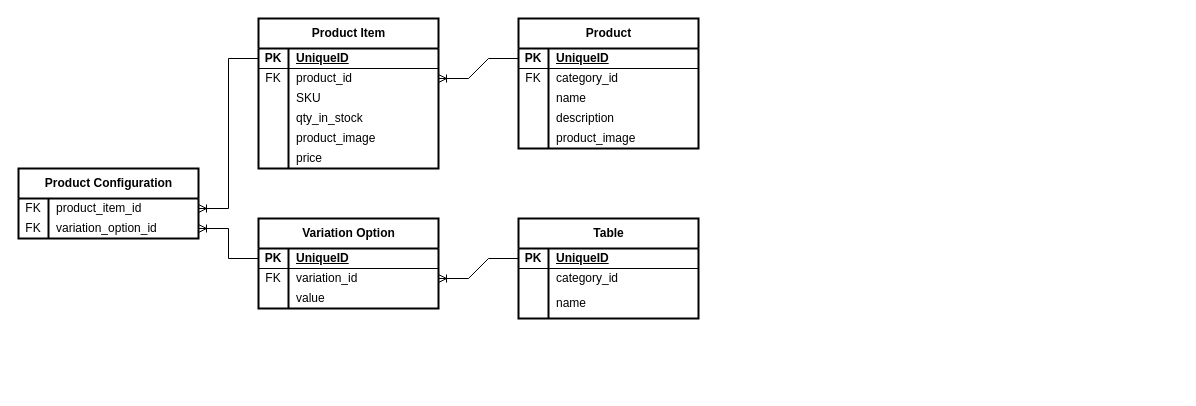
Earlier version of the draw.io diagram eCommerce.drawio (Mirasaki/database-erds). Source tidied: cells renumbered, new cells numbered last; positions are measured from the earlier drawing's top-left corner, leaving out a move shared by most shapes. Both pictures are drawn from the tidied source at 100%, with x=0, y=0 at pixel (18, 18).
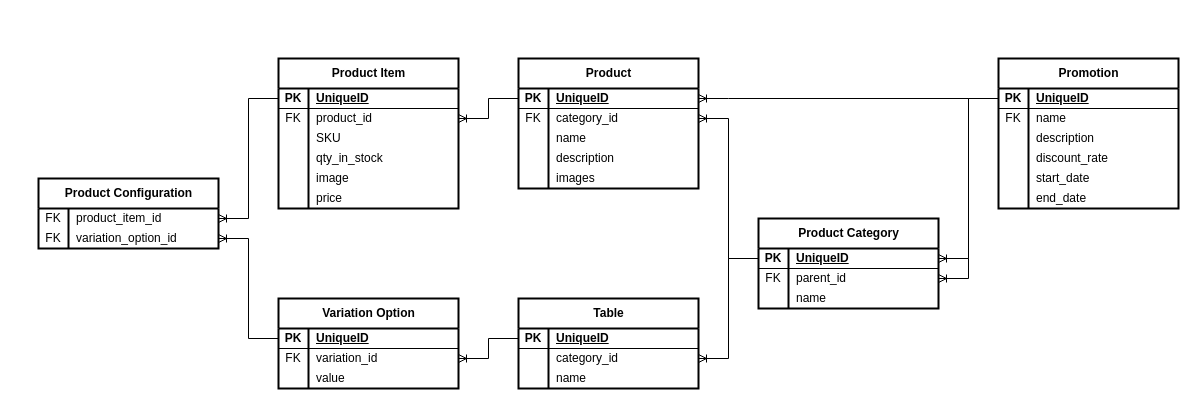
Above is the later version.

Unchanged cells that the change refers to:
```xml
<mxCell id="3" style="shape=tableRow;horizontal=0;startSize=0;swimlaneHead=0;swimlaneBody=0;fillColor=none;points=[[0,0.5],[1,0.5]];portConstraint=eastwest;top=0;left=0;right=0;bottom=1;strokeColor=inherit;" parent="2" vertex="1">
  <mxGeometry y="30" width="180" height="20" as="geometry" />
</mxCell>
<mxCell id="6" style="shape=tableRow;horizontal=0;startSize=0;swimlaneHead=0;swimlaneBody=0;fillColor=none;points=[[0,0.5],[1,0.5]];portConstraint=eastwest;top=0;left=0;right=0;bottom=0;" parent="2" vertex="1">
  <mxGeometry y="50" width="180" height="20" as="geometry" />
</mxCell>
<mxCell id="15" style="shape=tableRow;horizontal=0;startSize=0;swimlaneHead=0;swimlaneBody=0;fillColor=none;top=0;left=0;right=0;bottom=0;" parent="2" vertex="1">
  <mxGeometry y="110" width="180" height="20" as="geometry" />
</mxCell>
<mxCell id="31" style="shape=tableRow;horizontal=0;startSize=0;swimlaneHead=0;swimlaneBody=0;fillColor=none;top=0;left=0;right=0;bottom=0;" parent="18" vertex="1">
  <mxGeometry y="110" width="180" height="20" as="geometry" />
</mxCell>
<mxCell id="61" style="shape=tableRow;horizontal=0;startSize=0;swimlaneHead=0;swimlaneBody=0;fillColor=none;points=[[0,0.5],[1,0.5]];portConstraint=eastwest;top=0;left=0;right=0;bottom=0;" parent="57" vertex="1">
  <mxGeometry y="50" width="180" height="20" as="geometry" />
</mxCell>
```

Change to the diagram source:
```diff
@@
     <mxCell id="2" value="Product" style="shape=table;startSize=30;childLayout=tableLayout;rowLines=0;fontStyle=1;align=center;html=1;flipH=1;flipV=0;strokeWidth=2;" parent="1" vertex="1">
-      <mxGeometry x="500" width="180" height="130" as="geometry" />
+      <mxGeometry x="500" y="40" width="180" height="130" as="geometry" />
     </mxCell>
@@
-    <mxCell id="17" value="product_image" style="shape=partialRectangle;fillColor=none;top=0;left=0;bottom=0;right=0;align=left;spacingLeft=6;overflow=hidden;whiteSpace=wrap;html=1;" parent="15" vertex="1">
+    <mxCell id="17" value="images" style="shape=partialRectangle;fillColor=none;top=0;left=0;bottom=0;right=0;align=left;spacingLeft=6;overflow=hidden;whiteSpace=wrap;html=1;" parent="15" vertex="1">
       <mxGeometry x="30" width="150" height="20" as="geometry" />
     </mxCell>
     <mxCell id="18" value="Product Item" style="shape=table;startSize=30;childLayout=tableLayout;rowLines=0;fontStyle=1;align=center;html=1;flipH=1;flipV=0;strokeWidth=2;" parent="1" vertex="1">
-      <mxGeometry x="240" width="180" height="150" as="geometry" />
+      <mxGeometry x="260" y="40" width="180" height="150" as="geometry" />
     </mxCell>
@@
-    <mxCell id="33" value="product_image" style="shape=partialRectangle;fillColor=none;top=0;left=0;bottom=0;right=0;align=left;spacingLeft=6;overflow=hidden;whiteSpace=wrap;html=1;" parent="31" vertex="1">
+    <mxCell id="33" value="image" style="shape=partialRectangle;fillColor=none;top=0;left=0;bottom=0;right=0;align=left;spacingLeft=6;overflow=hidden;whiteSpace=wrap;html=1;" parent="31" vertex="1">
       <mxGeometry x="30" width="150" height="20" as="geometry" />
     </mxCell>
@@
     <mxCell id="38" value="Product Configuration" style="shape=table;startSize=30;childLayout=tableLayout;rowLines=0;fontStyle=1;align=center;html=1;flipH=1;flipV=0;strokeWidth=2;" parent="1" vertex="1">
-      <mxGeometry y="150" width="180" height="70" as="geometry" />
+      <mxGeometry x="20" y="160" width="180" height="70" as="geometry" />
     </mxCell>
@@
     <mxCell id="47" value="Variation Option" style="shape=table;startSize=30;childLayout=tableLayout;rowLines=0;fontStyle=1;align=center;html=1;strokeWidth=2;" parent="1" vertex="1">
-      <mxGeometry x="240" y="200" width="180" height="90" as="geometry" />
+      <mxGeometry x="260" y="280" width="180" height="90" as="geometry" />
     </mxCell>
@@
     <mxCell id="57" value="Table" style="shape=table;startSize=30;childLayout=tableLayout;rowLines=0;fontStyle=1;align=center;html=1;strokeWidth=2;" parent="1" vertex="1">
-      <mxGeometry x="500" y="200" width="180" height="100" as="geometry" />
+      <mxGeometry x="500" y="280" width="180" height="90" as="geometry" />
     </mxCell>
@@
     <mxCell id="64" style="shape=tableRow;horizontal=0;startSize=0;swimlaneHead=0;swimlaneBody=0;fillColor=none;top=0;left=0;right=0;bottom=0;" parent="57" vertex="1">
-      <mxGeometry y="70" width="180" height="30" as="geometry" />
+      <mxGeometry y="70" width="180" height="20" as="geometry" />
     </mxCell>
     <mxCell id="65" style="shape=partialRectangle;fillColor=none;top=0;left=0;bottom=0;right=0;overflow=hidden;whiteSpace=wrap;html=1;" parent="64" vertex="1">
-      <mxGeometry width="30" height="30" as="geometry" />
+      <mxGeometry width="30" height="20" as="geometry" />
     </mxCell>
     <mxCell id="66" value="name" style="shape=partialRectangle;fillColor=none;top=0;left=0;bottom=0;right=0;align=left;spacingLeft=6;overflow=hidden;whiteSpace=wrap;html=1;" parent="64" vertex="1">
-      <mxGeometry x="30" width="150" height="30" as="geometry" />
+      <mxGeometry x="30" width="150" height="20" as="geometry" />
     </mxCell>
@@
+    <mxCell id="68" value="Product Category" style="shape=table;startSize=30;childLayout=tableLayout;rowLines=0;fontStyle=1;align=center;html=1;strokeWidth=2;" parent="1" vertex="1">
+      <mxGeometry x="740" y="200" width="180" height="90" as="geometry" />
+    </mxCell>
+    <mxCell id="69" style="shape=tableRow;horizontal=0;startSize=0;swimlaneHead=0;swimlaneBody=0;fillColor=none;points=[[0,0.5],[1,0.5]];portConstraint=eastwest;top=0;left=0;right=0;bottom=1;flipH=1;flipV=0;" parent="68" vertex="1">
+      <mxGeometry y="30" width="180" height="20" as="geometry" />
+    </mxCell>
+    <mxCell id="70" value="PK" style="shape=partialRectangle;fillColor=none;top=0;left=0;bottom=0;right=0;fontStyle=1;overflow=hidden;whiteSpace=wrap;html=1;" parent="69" vertex="1">
+      <mxGeometry width="30" height="20" as="geometry" />
+    </mxCell>
+    <mxCell id="71" value="UniqueID" style="shape=partialRectangle;fillColor=none;top=0;left=0;bottom=0;right=0;align=left;spacingLeft=6;fontStyle=5;overflow=hidden;whiteSpace=wrap;html=1;" parent="69" vertex="1">
+      <mxGeometry x="30" width="150" height="20" as="geometry" />
+    </mxCell>
+    <mxCell id="72" style="shape=tableRow;horizontal=0;startSize=0;swimlaneHead=0;swimlaneBody=0;fillColor=none;points=[[0,0.5],[1,0.5]];portConstraint=eastwest;top=0;left=0;right=0;bottom=0;flipH=1;flipV=0;" parent="68" vertex="1">
+      <mxGeometry y="50" width="180" height="20" as="geometry" />
+    </mxCell>
+    <mxCell id="73" value="FK" style="shape=partialRectangle;fillColor=none;top=0;left=0;bottom=0;right=0;overflow=hidden;whiteSpace=wrap;html=1;" parent="72" vertex="1">
+      <mxGeometry width="30" height="20" as="geometry" />
+    </mxCell>
+    <mxCell id="74" value="parent_id" style="shape=partialRectangle;fillColor=none;top=0;left=0;bottom=0;right=0;align=left;spacingLeft=6;overflow=hidden;whiteSpace=wrap;html=1;" parent="72" vertex="1">
+      <mxGeometry x="30" width="150" height="20" as="geometry" />
+    </mxCell>
+    <mxCell id="75" style="shape=tableRow;horizontal=0;startSize=0;swimlaneHead=0;swimlaneBody=0;fillColor=none;top=0;left=0;right=0;bottom=0;" parent="68" vertex="1">
+      <mxGeometry y="70" width="180" height="20" as="geometry" />
+    </mxCell>
+    <mxCell id="76" style="shape=partialRectangle;fillColor=none;top=0;left=0;bottom=0;right=0;overflow=hidden;whiteSpace=wrap;html=1;" parent="75" vertex="1">
+      <mxGeometry width="30" height="20" as="geometry" />
+    </mxCell>
+    <mxCell id="77" value="name" style="shape=partialRectangle;fillColor=none;top=0;left=0;bottom=0;right=0;align=left;spacingLeft=6;overflow=hidden;whiteSpace=wrap;html=1;" parent="75" vertex="1">
+      <mxGeometry x="30" width="150" height="20" as="geometry" />
+    </mxCell>
+    <mxCell id="78" style="edgeStyle=entityRelationEdgeStyle;fontSize=12;html=1;endArrow=ERoneToMany;rounded=0;entryX=1;entryY=0.5;entryDx=0;entryDy=0;exitX=1;exitY=0.5;exitDx=0;exitDy=0;" parent="68" edge="1" source="69" target="72">
+      <mxGeometry relative="1" as="geometry" />
+    </mxCell>
+    <mxCell id="79" style="edgeStyle=entityRelationEdgeStyle;fontSize=12;html=1;endArrow=ERoneToMany;rounded=0;entryX=1;entryY=0.5;entryDx=0;entryDy=0;exitX=0;exitY=0.5;exitDx=0;exitDy=0;" parent="1" edge="1" source="69" target="61">
+      <mxGeometry relative="1" as="geometry" />
+    </mxCell>
+    <mxCell id="80" style="edgeStyle=entityRelationEdgeStyle;fontSize=12;html=1;endArrow=ERoneToMany;rounded=0;entryX=1;entryY=0.5;entryDx=0;entryDy=0;exitX=0;exitY=0.5;exitDx=0;exitDy=0;" parent="1" edge="1" source="69" target="6">
+      <mxGeometry relative="1" as="geometry" />
+    </mxCell>
+    <mxCell id="81" value="Promotion" style="shape=table;startSize=30;childLayout=tableLayout;rowLines=0;fontStyle=1;align=center;html=1;flipH=1;flipV=0;strokeWidth=2;" parent="1" vertex="1">
+      <mxGeometry x="980" y="40" width="180" height="150" as="geometry" />
+    </mxCell>
+    <mxCell id="82" style="shape=tableRow;horizontal=0;startSize=0;swimlaneHead=0;swimlaneBody=0;fillColor=none;points=[[0,0.5],[1,0.5]];portConstraint=eastwest;top=0;left=0;right=0;bottom=1;" parent="81" vertex="1">
+      <mxGeometry y="30" width="180" height="20" as="geometry" />
+    </mxCell>
+    <mxCell id="83" value="PK" style="shape=partialRectangle;fillColor=none;top=0;left=0;bottom=0;right=0;fontStyle=1;overflow=hidden;whiteSpace=wrap;html=1;" parent="82" vertex="1">
+      <mxGeometry width="30" height="20" as="geometry" />
+    </mxCell>
+    <mxCell id="84" value="UniqueID" style="shape=partialRectangle;fillColor=none;top=0;left=0;bottom=0;right=0;align=left;spacingLeft=6;fontStyle=5;overflow=hidden;whiteSpace=wrap;html=1;" parent="82" vertex="1">
+      <mxGeometry x="30" width="150" height="20" as="geometry" />
+    </mxCell>
+    <mxCell id="85" style="shape=tableRow;horizontal=0;startSize=0;swimlaneHead=0;swimlaneBody=0;fillColor=none;top=0;left=0;right=0;bottom=0;" parent="81" vertex="1">
+      <mxGeometry y="50" width="180" height="20" as="geometry" />
+    </mxCell>
+    <mxCell id="86" value="FK" style="shape=partialRectangle;fillColor=none;top=0;left=0;bottom=0;right=0;overflow=hidden;whiteSpace=wrap;html=1;" parent="85" vertex="1">
+      <mxGeometry width="30" height="20" as="geometry" />
+    </mxCell>
+    <mxCell id="87" value="name" style="shape=partialRectangle;fillColor=none;top=0;left=0;bottom=0;right=0;align=left;spacingLeft=6;overflow=hidden;whiteSpace=wrap;html=1;" parent="85" vertex="1">
+      <mxGeometry x="30" width="150" height="20" as="geometry" />
+    </mxCell>
+    <mxCell id="88" style="shape=tableRow;horizontal=0;startSize=0;swimlaneHead=0;swimlaneBody=0;fillColor=none;top=0;left=0;right=0;bottom=0;" parent="81" vertex="1">
+      <mxGeometry y="70" width="180" height="20" as="geometry" />
+    </mxCell>
+    <mxCell id="89" style="shape=partialRectangle;fillColor=none;top=0;left=0;bottom=0;right=0;overflow=hidden;whiteSpace=wrap;html=1;" parent="88" vertex="1">
+      <mxGeometry width="30" height="20" as="geometry" />
+    </mxCell>
+    <mxCell id="90" value="description" style="shape=partialRectangle;fillColor=none;top=0;left=0;bottom=0;right=0;align=left;spacingLeft=6;overflow=hidden;whiteSpace=wrap;html=1;" parent="88" vertex="1">
+      <mxGeometry x="30" width="150" height="20" as="geometry" />
+    </mxCell>
+    <mxCell id="91" style="shape=tableRow;horizontal=0;startSize=0;swimlaneHead=0;swimlaneBody=0;fillColor=none;top=0;left=0;right=0;bottom=0;" parent="81" vertex="1">
+      <mxGeometry y="90" width="180" height="20" as="geometry" />
+    </mxCell>
+    <mxCell id="92" style="shape=partialRectangle;fillColor=none;top=0;left=0;bottom=0;right=0;overflow=hidden;whiteSpace=wrap;html=1;" parent="91" vertex="1">
+      <mxGeometry width="30" height="20" as="geometry" />
+    </mxCell>
+    <mxCell id="93" value="discount_rate" style="shape=partialRectangle;fillColor=none;top=0;left=0;bottom=0;right=0;align=left;spacingLeft=6;overflow=hidden;whiteSpace=wrap;html=1;" parent="91" vertex="1">
+      <mxGeometry x="30" width="150" height="20" as="geometry" />
+    </mxCell>
+    <mxCell id="94" style="shape=tableRow;horizontal=0;startSize=0;swimlaneHead=0;swimlaneBody=0;fillColor=none;top=0;left=0;right=0;bottom=0;" parent="81" vertex="1">
+      <mxGeometry y="110" width="180" height="20" as="geometry" />
+    </mxCell>
+    <mxCell id="95" style="shape=partialRectangle;fillColor=none;top=0;left=0;bottom=0;right=0;overflow=hidden;whiteSpace=wrap;html=1;" parent="94" vertex="1">
+      <mxGeometry width="30" height="20" as="geometry" />
+    </mxCell>
+    <mxCell id="96" value="start_date" style="shape=partialRectangle;fillColor=none;top=0;left=0;bottom=0;right=0;align=left;spacingLeft=6;overflow=hidden;whiteSpace=wrap;html=1;" parent="94" vertex="1">
+      <mxGeometry x="30" width="150" height="20" as="geometry" />
+    </mxCell>
+    <mxCell id="97" style="shape=tableRow;horizontal=0;startSize=0;swimlaneHead=0;swimlaneBody=0;fillColor=none;top=0;left=0;right=0;bottom=0;" parent="81" vertex="1">
+      <mxGeometry y="130" width="180" height="20" as="geometry" />
+    </mxCell>
+    <mxCell id="98" style="shape=partialRectangle;fillColor=none;top=0;left=0;bottom=0;right=0;overflow=hidden;whiteSpace=wrap;html=1;" parent="97" vertex="1">
+      <mxGeometry width="30" height="20" as="geometry" />
+    </mxCell>
+    <mxCell id="99" value="end_date" style="shape=partialRectangle;fillColor=none;top=0;left=0;bottom=0;right=0;align=left;spacingLeft=6;overflow=hidden;whiteSpace=wrap;html=1;" parent="97" vertex="1">
+      <mxGeometry x="30" width="150" height="20" as="geometry" />
+    </mxCell>
+    <mxCell id="100" style="edgeStyle=entityRelationEdgeStyle;fontSize=12;html=1;endArrow=ERoneToMany;rounded=0;exitX=0;exitY=0.5;exitDx=0;exitDy=0;entryX=1;entryY=0.5;entryDx=0;entryDy=0;" parent="1" edge="1" source="82" target="3">
+      <mxGeometry relative="1" as="geometry" />
+    </mxCell>
+    <mxCell id="101" style="edgeStyle=entityRelationEdgeStyle;fontSize=12;html=1;endArrow=ERoneToMany;rounded=0;entryX=1;entryY=0.5;entryDx=0;entryDy=0;exitX=0;exitY=0.5;exitDx=0;exitDy=0;" parent="1" edge="1" source="82" target="69">
+      <mxGeometry relative="1" as="geometry" />
+    </mxCell>
```
